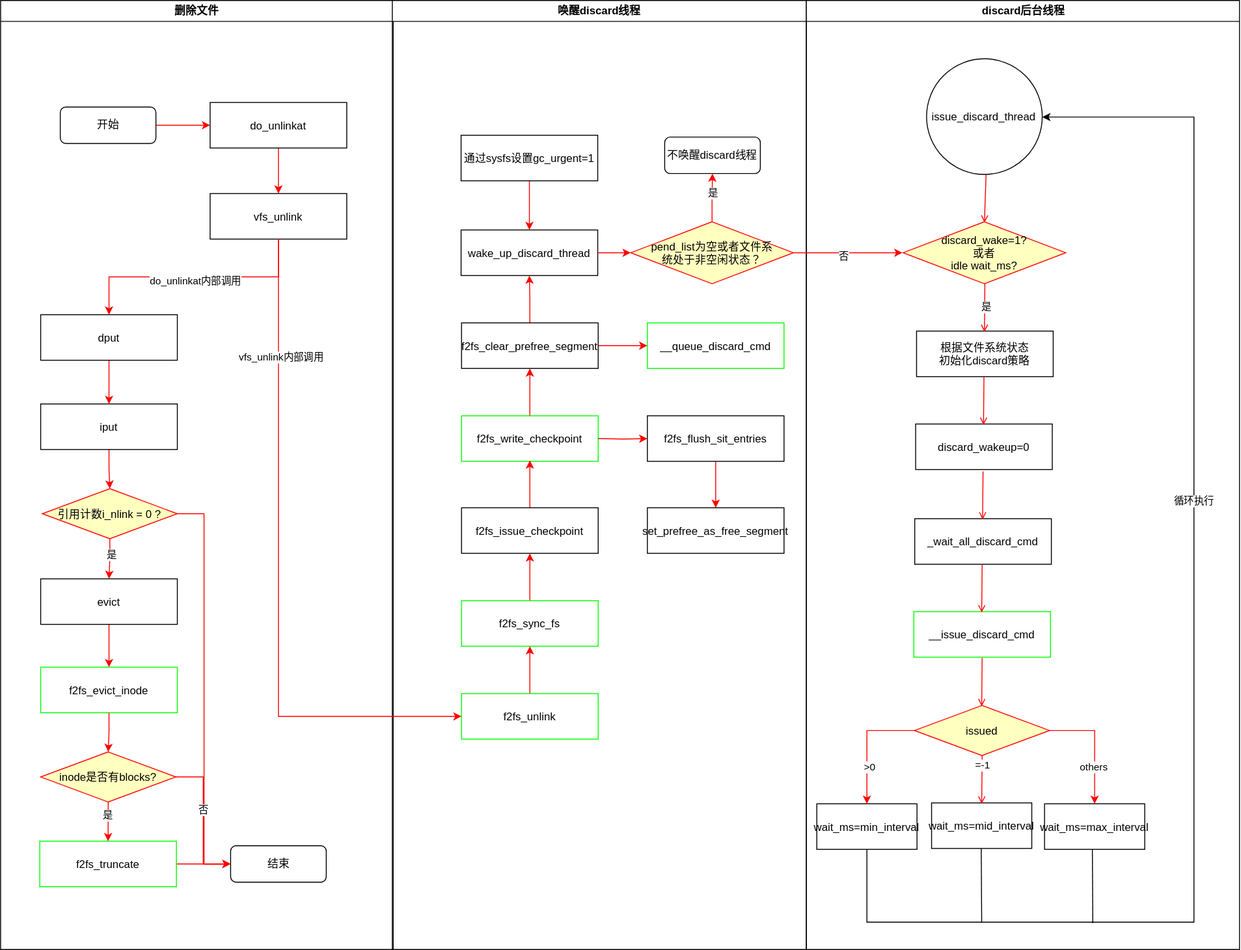
Before: f2fs_discard流程图.drawio.svg, a diagram exported from draw.io (lz111676/Drawing-Bed). Source tidied: cells renumbered, new cells last; positions are measured from the earlier drawing's top-left corner, leaving out a move shared by most shapes.
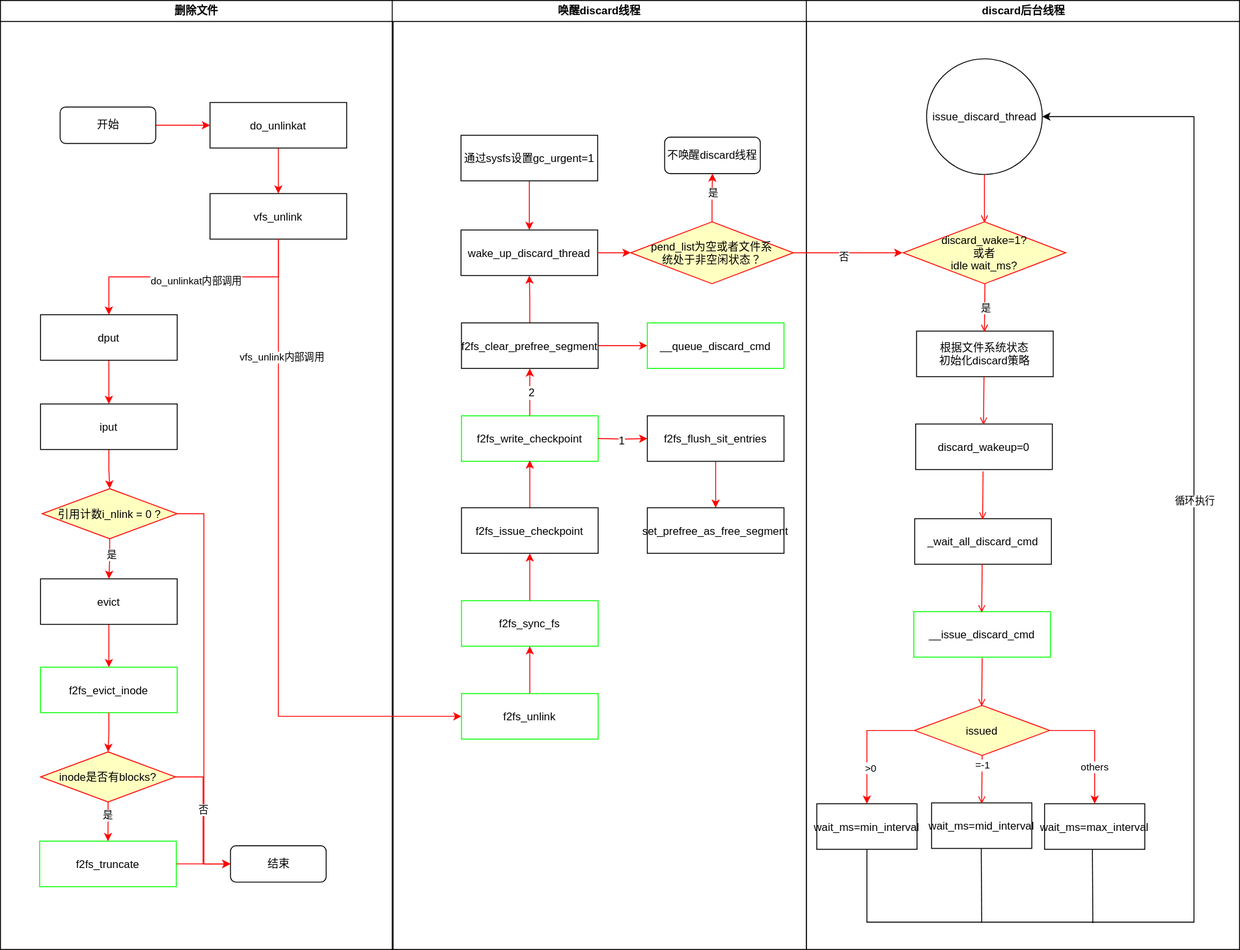
The same file after the commit.

Commit message:
更新f2fs_discard流程图.drawio.svg

Diff of the diagram source:
```diff
@@ -190,6 +190,11 @@
         <mxPoint x="581" y="404" as="targetPoint" />
       </mxGeometry>
     </mxCell>
+    <mxCell id="87" value="2" style="edgeLabel;html=1;align=center;verticalAlign=middle;fontSize=12;" parent="52" vertex="1">
+      <mxGeometry x="-0.01" y="-2" relative="1" as="geometry">
+        <mxPoint x="-1" y="1" as="offset" />
+      </mxGeometry>
+    </mxCell>
     <mxCell id="53" value="f2fs_write_checkpoint" style="strokeColor=#00FF00;" parent="1" vertex="1">
       <mxGeometry x="506" y="456" width="150" height="50" as="geometry" />
     </mxCell>
@@ -217,6 +222,9 @@
         <mxPoint x="656" y="481" as="sourcePoint" />
       </mxGeometry>
     </mxCell>
+    <mxCell id="88" value="1" style="edgeLabel;html=1;align=center;verticalAlign=middle;fontSize=12;" parent="59" vertex="1">
+      <mxGeometry x="-0.06" y="-2" relative="1" as="geometry" />
+    </mxCell>
     <mxCell id="60" style="edgeStyle=orthogonalEdgeStyle;rounded=0;jettySize=auto;html=1;exitX=0.5;exitY=1;exitDx=0;exitDy=0;entryX=0.5;entryY=0;entryDx=0;entryDy=0;strokeColor=#FF0000;" parent="1" edge="1" source="61" target="62">
       <mxGeometry relative="1" as="geometry" />
     </mxCell>
```
